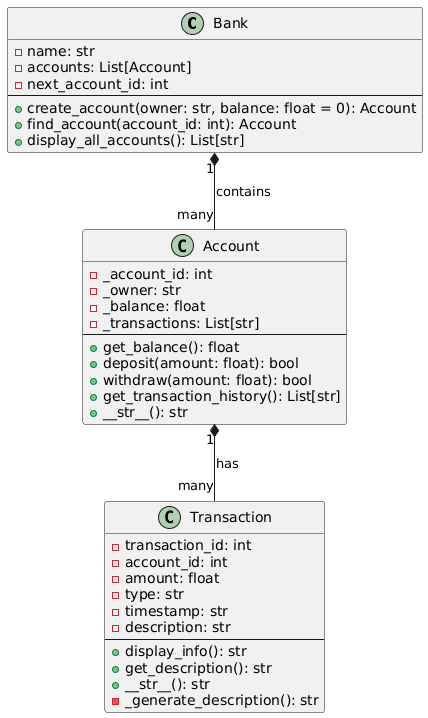
Above: docs/RL9BQpCn3BpxLuWz9T_NXVQwK4XxxgszbM0KhvEO-h5O2kbI-j-x3plx83TBcf5cPEs8CVB5MNX5__NU4cidXB98D6JWHm2KuD7f2eZZ4A5IuUAPAdWpn9ylOxWVaVgRPG98KrTWFFU5KW3y1nKriixrJRXw7OU-3t10Yrxf2eus8CCpF6uhIAq7xj7u-iPSJLX1QqEDnLQYjPb1cs.png in ViktorR-BarreL/simple-bank-system (PlantUML), before the change.
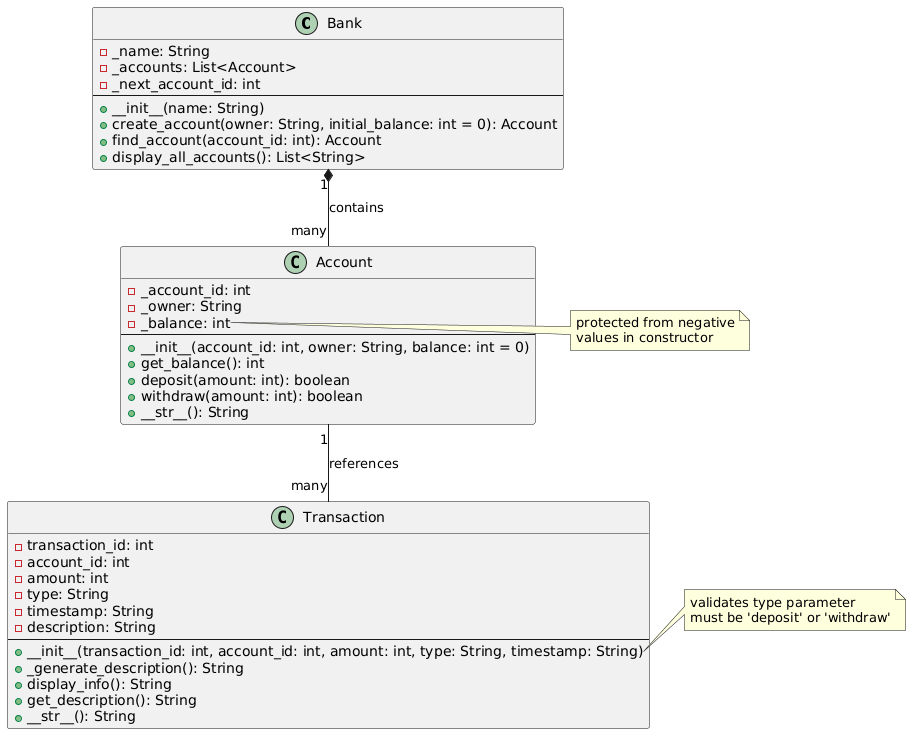
Above is the later version.

What changed in the source:
```diff
@@ -1,41 +1,52 @@
 @startuml
 class Bank {
-  - name: str
-  - accounts: List[Account]
-  - next_account_id: int
+  - _name: String
+  - _accounts: List<Account>
+  - _next_account_id: int
   --
-  + create_account(owner: str, balance: float = 0): Account
+  + __init__(name: String)
+  + create_account(owner: String, initial_balance: int = 0): Account
   + find_account(account_id: int): Account
-  + display_all_accounts(): List[str]
+  + display_all_accounts(): List<String>
 }
 
 class Account {
   - _account_id: int
-  - _owner: str
-  - _balance: float
-  - _transactions: List[str]
+  - _owner: String
+  - _balance: int
   --
-  + get_balance(): float
-  + deposit(amount: float): bool
-  + withdraw(amount: float): bool
-  + get_transaction_history(): List[str]
-  + __str__(): str
+  + __init__(account_id: int, owner: String, balance: int = 0)
+  + get_balance(): int
+  + deposit(amount: int): boolean
+  + withdraw(amount: int): boolean
+  + __str__(): String
 }
 
 class Transaction {
   - transaction_id: int
   - account_id: int
-  - amount: float
-  - type: str
-  - timestamp: str
-  - description: str
+  - amount: int
+  - type: String
+  - timestamp: String
+  - description: String
   --
-  + display_info(): str
-  + get_description(): str
-  + __str__(): str
-  - _generate_description(): str
+  + __init__(transaction_id: int, account_id: int, amount: int, type: String, timestamp: String)
+  + _generate_description(): String
+  + display_info(): String
+  + get_description(): String
+  + __str__(): String
 }
 
 Bank "1" *-- "many" Account : contains
-Account "1" *-- "many" Transaction : has
+Account "1" -- "many" Transaction : references
+
+note right of Account::_balance
+  protected from negative
+  values in constructor
+end note
+
+note right of Transaction::__init__
+  validates type parameter
+  must be 'deposit' or 'withdraw'
+end note
 @enduml
```
